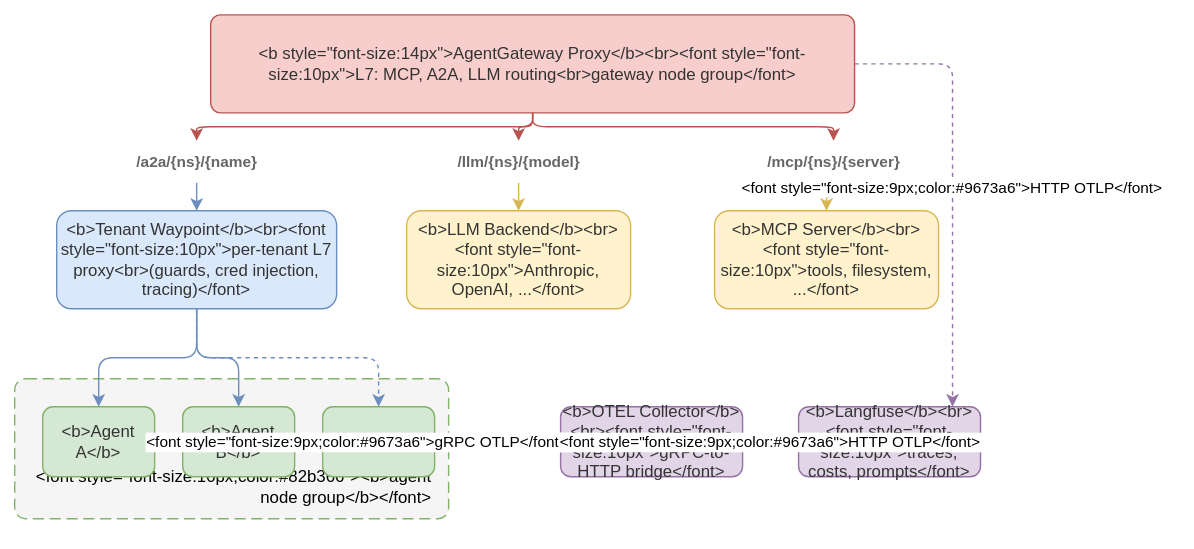
This is architecture.drawio.svg from syn-zhu/agentic-platform, a draw.io export, as it was before one commit. Source tidied: cells renumbered, new cells last; positions are measured from the earlier drawing's top-left corner, leaving out a move shared by most shapes. The source it was exported from:
```xml
<mxGraphModel>
  <root>
    <mxCell id="0" />
    <mxCell id="1" parent="0" />
    <mxCell id="2" value="&lt;b style=&quot;font-size:14px&quot;&gt;AgentGateway Proxy&lt;/b&gt;&lt;br&gt;&lt;font style=&quot;font-size:10px&quot;&gt;L7: MCP, A2A, LLM routing&lt;br&gt;gateway node group&lt;/font&gt;" style="rounded=1;whiteSpace=wrap;fillColor=#f8cecc;strokeColor=#b85450;fontColor=#333333;arcSize=10;" parent="1" vertex="1">
      <mxGeometry x="140" width="460" height="70" as="geometry" />
    </mxCell>
    <mxCell id="3" value="&lt;font style=&quot;font-size:11px&quot;&gt;&lt;b&gt;/a2a/{ns}/{name}&lt;/b&gt;&lt;/font&gt;" style="text;html=1;align=center;verticalAlign=middle;fillColor=none;strokeColor=none;fontColor=#666666;" parent="1" vertex="1">
      <mxGeometry x="50" y="90" width="160" height="30" as="geometry" />
    </mxCell>
    <mxCell id="4" value="&lt;font style=&quot;font-size:11px&quot;&gt;&lt;b&gt;/llm/{ns}/{model}&lt;/b&gt;&lt;/font&gt;" style="text;html=1;align=center;verticalAlign=middle;fillColor=none;strokeColor=none;fontColor=#666666;" parent="1" vertex="1">
      <mxGeometry x="280" y="90" width="160" height="30" as="geometry" />
    </mxCell>
    <mxCell id="5" value="&lt;font style=&quot;font-size:11px&quot;&gt;&lt;b&gt;/mcp/{ns}/{server}&lt;/b&gt;&lt;/font&gt;" style="text;html=1;align=center;verticalAlign=middle;fillColor=none;strokeColor=none;fontColor=#666666;" parent="1" vertex="1">
      <mxGeometry x="500" y="90" width="170" height="30" as="geometry" />
    </mxCell>
    <mxCell id="6" style="edgeStyle=orthogonalEdgeStyle;strokeColor=#b85450;" parent="1" edge="1" source="2" target="3">
      <mxGeometry relative="1" as="geometry" />
    </mxCell>
    <mxCell id="7" style="edgeStyle=orthogonalEdgeStyle;strokeColor=#b85450;" parent="1" edge="1" source="2" target="4">
      <mxGeometry relative="1" as="geometry" />
    </mxCell>
    <mxCell id="8" style="edgeStyle=orthogonalEdgeStyle;strokeColor=#b85450;" parent="1" edge="1" source="2" target="5">
      <mxGeometry relative="1" as="geometry" />
    </mxCell>
    <mxCell id="9" value="&lt;b&gt;Tenant Waypoint&lt;/b&gt;&lt;br&gt;&lt;font style=&quot;font-size:10px&quot;&gt;per-tenant L7 proxy&lt;br&gt;(guards, cred injection, tracing)&lt;/font&gt;" style="rounded=1;whiteSpace=wrap;fillColor=#dae8fc;strokeColor=#6c8ebf;fontColor=#333333;" parent="1" vertex="1">
      <mxGeometry x="30" y="140" width="200" height="70" as="geometry" />
    </mxCell>
    <mxCell id="10" value="&lt;b&gt;LLM Backend&lt;/b&gt;&lt;br&gt;&lt;font style=&quot;font-size:10px&quot;&gt;Anthropic, OpenAI, ...&lt;/font&gt;" style="rounded=1;whiteSpace=wrap;fillColor=#fff2cc;strokeColor=#d6b656;fontColor=#333333;" parent="1" vertex="1">
      <mxGeometry x="280" y="140" width="160" height="70" as="geometry" />
    </mxCell>
    <mxCell id="11" value="&lt;b&gt;MCP Server&lt;/b&gt;&lt;br&gt;&lt;font style=&quot;font-size:10px&quot;&gt;tools, filesystem, ...&lt;/font&gt;" style="rounded=1;whiteSpace=wrap;fillColor=#fff2cc;strokeColor=#d6b656;fontColor=#333333;" parent="1" vertex="1">
      <mxGeometry x="500" y="140" width="160" height="70" as="geometry" />
    </mxCell>
    <mxCell id="12" style="edgeStyle=orthogonalEdgeStyle;strokeColor=#6c8ebf;" parent="1" edge="1" source="3" target="9">
      <mxGeometry relative="1" as="geometry" />
    </mxCell>
    <mxCell id="13" style="edgeStyle=orthogonalEdgeStyle;strokeColor=#d6b656;" parent="1" edge="1" source="4" target="10">
      <mxGeometry relative="1" as="geometry" />
    </mxCell>
    <mxCell id="14" style="edgeStyle=orthogonalEdgeStyle;strokeColor=#d6b656;" parent="1" edge="1" source="5" target="11">
      <mxGeometry relative="1" as="geometry" />
    </mxCell>
    <mxCell id="15" value="&lt;font style=&quot;font-size:10px;color:#82b366&quot;&gt;&lt;b&gt;agent node group&lt;/b&gt;&lt;/font&gt;" style="rounded=1;whiteSpace=wrap;fillColor=#f5f5f5;strokeColor=#82b366;dashed=1;dashPattern=8 4;verticalAlign=bottom;align=right;spacingBottom=6;spacingRight=10;arcSize=8;" parent="1" vertex="1">
      <mxGeometry y="260" width="310" height="100" as="geometry" />
    </mxCell>
    <mxCell id="16" value="&lt;b&gt;Agent A&lt;/b&gt;" style="rounded=1;whiteSpace=wrap;fillColor=#d5e8d4;strokeColor=#82b366;fontColor=#333333;" parent="1" vertex="1">
      <mxGeometry x="20" y="280" width="80" height="50" as="geometry" />
    </mxCell>
    <mxCell id="17" value="&lt;b&gt;Agent B&lt;/b&gt;" style="rounded=1;whiteSpace=wrap;fillColor=#d5e8d4;strokeColor=#82b366;fontColor=#333333;" parent="1" vertex="1">
      <mxGeometry x="120" y="280" width="80" height="50" as="geometry" />
    </mxCell>
    <mxCell id="18" value="&lt;b&gt;Sandbox&lt;/b&gt;" style="rounded=1;whiteSpace=wrap;fillColor=#d5e8d4;strokeColor=#82b366;fontColor=#333333;" parent="1" vertex="1">
      <mxGeometry x="220" y="280" width="80" height="50" as="geometry" />
    </mxCell>
    <mxCell id="19" style="edgeStyle=orthogonalEdgeStyle;strokeColor=#6c8ebf;" parent="1" edge="1" source="9" target="16">
      <mxGeometry relative="1" as="geometry" />
    </mxCell>
    <mxCell id="20" style="edgeStyle=orthogonalEdgeStyle;strokeColor=#6c8ebf;" parent="1" edge="1" source="9" target="17">
      <mxGeometry relative="1" as="geometry" />
    </mxCell>
    <mxCell id="21" style="edgeStyle=orthogonalEdgeStyle;strokeColor=#6c8ebf;dashed=1;" parent="1" edge="1" source="9" target="18">
      <mxGeometry relative="1" as="geometry" />
    </mxCell>
    <mxCell id="22" value="&lt;b&gt;OTEL Collector&lt;/b&gt;&lt;br&gt;&lt;font style=&quot;font-size:10px&quot;&gt;gRPC-to-HTTP bridge&lt;/font&gt;" style="rounded=1;whiteSpace=wrap;fillColor=#e1d5e7;strokeColor=#9673a6;fontColor=#333333;" parent="1" vertex="1">
      <mxGeometry x="390" y="280" width="130" height="50" as="geometry" />
    </mxCell>
    <mxCell id="23" value="&lt;b&gt;Langfuse&lt;/b&gt;&lt;br&gt;&lt;font style=&quot;font-size:10px&quot;&gt;traces, costs, prompts&lt;/font&gt;" style="rounded=1;whiteSpace=wrap;fillColor=#e1d5e7;strokeColor=#9673a6;fontColor=#333333;" parent="1" vertex="1">
      <mxGeometry x="560" y="280" width="130" height="50" as="geometry" />
    </mxCell>
    <mxCell id="24" value="&lt;font style=&quot;font-size:9px;color:#9673a6&quot;&gt;gRPC OTLP&lt;/font&gt;" style="edgeStyle=orthogonalEdgeStyle;strokeColor=#9673a6;dashed=1;" parent="1" edge="1" source="16" target="22">
      <mxGeometry relative="1" as="geometry" />
    </mxCell>
    <mxCell id="25" value="&lt;font style=&quot;font-size:9px;color:#9673a6&quot;&gt;HTTP OTLP&lt;/font&gt;" style="edgeStyle=orthogonalEdgeStyle;strokeColor=#9673a6;dashed=1;" parent="1" edge="1" source="22" target="23">
      <mxGeometry relative="1" as="geometry" />
    </mxCell>
    <mxCell id="26" value="&lt;font style=&quot;font-size:9px;color:#9673a6&quot;&gt;HTTP OTLP&lt;/font&gt;" style="edgeStyle=orthogonalEdgeStyle;strokeColor=#9673a6;dashed=1;exitX=1;exitY=0.5;exitDx=0;exitDy=0;" parent="1" edge="1" source="2" target="23">
      <mxGeometry relative="1" as="geometry">
        <Array as="points">
          <mxPoint x="670" y="35" />
          <mxPoint x="670" y="305" />
        </Array>
      </mxGeometry>
    </mxCell>
  </root>
</mxGraphModel>
```
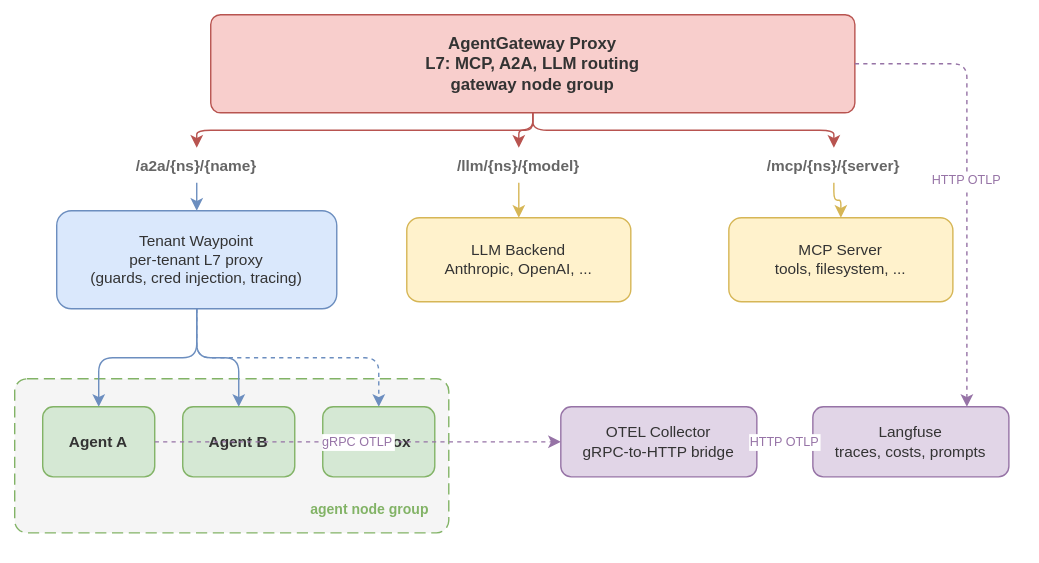
The same diagram one commit later.

The edit, as a diff of the source:
```diff
@@ -2,17 +2,17 @@
   <root>
     <mxCell id="0" />
     <mxCell id="1" parent="0" />
-    <mxCell id="2" value="&lt;b style=&quot;font-size:14px&quot;&gt;AgentGateway Proxy&lt;/b&gt;&lt;br&gt;&lt;font style=&quot;font-size:10px&quot;&gt;L7: MCP, A2A, LLM routing&lt;br&gt;gateway node group&lt;/font&gt;" style="rounded=1;whiteSpace=wrap;fillColor=#f8cecc;strokeColor=#b85450;fontColor=#333333;arcSize=10;" parent="1" vertex="1">
+    <mxCell id="2" value="AgentGateway Proxy&#10;L7: MCP, A2A, LLM routing&#10;gateway node group" style="rounded=1;whiteSpace=wrap;fillColor=#f8cecc;strokeColor=#b85450;fontColor=#333333;fontStyle=1;fontSize=12;arcSize=10;" parent="1" vertex="1">
       <mxGeometry x="140" width="460" height="70" as="geometry" />
     </mxCell>
-    <mxCell id="3" value="&lt;font style=&quot;font-size:11px&quot;&gt;&lt;b&gt;/a2a/{ns}/{name}&lt;/b&gt;&lt;/font&gt;" style="text;html=1;align=center;verticalAlign=middle;fillColor=none;strokeColor=none;fontColor=#666666;" parent="1" vertex="1">
-      <mxGeometry x="50" y="90" width="160" height="30" as="geometry" />
+    <mxCell id="3" value="/a2a/{ns}/{name}" style="text;align=center;verticalAlign=middle;fillColor=none;strokeColor=none;fontColor=#666666;fontStyle=1;fontSize=11;" parent="1" vertex="1">
+      <mxGeometry x="50" y="95" width="160" height="25" as="geometry" />
     </mxCell>
-    <mxCell id="4" value="&lt;font style=&quot;font-size:11px&quot;&gt;&lt;b&gt;/llm/{ns}/{model}&lt;/b&gt;&lt;/font&gt;" style="text;html=1;align=center;verticalAlign=middle;fillColor=none;strokeColor=none;fontColor=#666666;" parent="1" vertex="1">
-      <mxGeometry x="280" y="90" width="160" height="30" as="geometry" />
+    <mxCell id="4" value="/llm/{ns}/{model}" style="text;align=center;verticalAlign=middle;fillColor=none;strokeColor=none;fontColor=#666666;fontStyle=1;fontSize=11;" parent="1" vertex="1">
+      <mxGeometry x="280" y="95" width="160" height="25" as="geometry" />
     </mxCell>
-    <mxCell id="5" value="&lt;font style=&quot;font-size:11px&quot;&gt;&lt;b&gt;/mcp/{ns}/{server}&lt;/b&gt;&lt;/font&gt;" style="text;html=1;align=center;verticalAlign=middle;fillColor=none;strokeColor=none;fontColor=#666666;" parent="1" vertex="1">
-      <mxGeometry x="500" y="90" width="170" height="30" as="geometry" />
+    <mxCell id="5" value="/mcp/{ns}/{server}" style="text;align=center;verticalAlign=middle;fillColor=none;strokeColor=none;fontColor=#666666;fontStyle=1;fontSize=11;" parent="1" vertex="1">
+      <mxGeometry x="500" y="95" width="170" height="25" as="geometry" />
     </mxCell>
     <mxCell id="6" style="edgeStyle=orthogonalEdgeStyle;strokeColor=#b85450;" parent="1" edge="1" source="2" target="3">
       <mxGeometry relative="1" as="geometry" />
@@ -23,14 +23,14 @@
     <mxCell id="8" style="edgeStyle=orthogonalEdgeStyle;strokeColor=#b85450;" parent="1" edge="1" source="2" target="5">
       <mxGeometry relative="1" as="geometry" />
     </mxCell>
-    <mxCell id="9" value="&lt;b&gt;Tenant Waypoint&lt;/b&gt;&lt;br&gt;&lt;font style=&quot;font-size:10px&quot;&gt;per-tenant L7 proxy&lt;br&gt;(guards, cred injection, tracing)&lt;/font&gt;" style="rounded=1;whiteSpace=wrap;fillColor=#dae8fc;strokeColor=#6c8ebf;fontColor=#333333;" parent="1" vertex="1">
+    <mxCell id="9" value="Tenant Waypoint&#10;per-tenant L7 proxy&#10;(guards, cred injection, tracing)" style="rounded=1;whiteSpace=wrap;fillColor=#dae8fc;strokeColor=#6c8ebf;fontColor=#333333;fontSize=11;" parent="1" vertex="1">
       <mxGeometry x="30" y="140" width="200" height="70" as="geometry" />
     </mxCell>
-    <mxCell id="10" value="&lt;b&gt;LLM Backend&lt;/b&gt;&lt;br&gt;&lt;font style=&quot;font-size:10px&quot;&gt;Anthropic, OpenAI, ...&lt;/font&gt;" style="rounded=1;whiteSpace=wrap;fillColor=#fff2cc;strokeColor=#d6b656;fontColor=#333333;" parent="1" vertex="1">
-      <mxGeometry x="280" y="140" width="160" height="70" as="geometry" />
+    <mxCell id="10" value="LLM Backend&#10;Anthropic, OpenAI, ..." style="rounded=1;whiteSpace=wrap;fillColor=#fff2cc;strokeColor=#d6b656;fontColor=#333333;fontSize=11;" parent="1" vertex="1">
+      <mxGeometry x="280" y="145" width="160" height="60" as="geometry" />
     </mxCell>
-    <mxCell id="11" value="&lt;b&gt;MCP Server&lt;/b&gt;&lt;br&gt;&lt;font style=&quot;font-size:10px&quot;&gt;tools, filesystem, ...&lt;/font&gt;" style="rounded=1;whiteSpace=wrap;fillColor=#fff2cc;strokeColor=#d6b656;fontColor=#333333;" parent="1" vertex="1">
-      <mxGeometry x="500" y="140" width="160" height="70" as="geometry" />
+    <mxCell id="11" value="MCP Server&#10;tools, filesystem, ..." style="rounded=1;whiteSpace=wrap;fillColor=#fff2cc;strokeColor=#d6b656;fontColor=#333333;fontSize=11;" parent="1" vertex="1">
+      <mxGeometry x="510" y="145" width="160" height="60" as="geometry" />
     </mxCell>
     <mxCell id="12" style="edgeStyle=orthogonalEdgeStyle;strokeColor=#6c8ebf;" parent="1" edge="1" source="3" target="9">
       <mxGeometry relative="1" as="geometry" />
@@ -41,16 +41,16 @@
     <mxCell id="14" style="edgeStyle=orthogonalEdgeStyle;strokeColor=#d6b656;" parent="1" edge="1" source="5" target="11">
       <mxGeometry relative="1" as="geometry" />
     </mxCell>
-    <mxCell id="15" value="&lt;font style=&quot;font-size:10px;color:#82b366&quot;&gt;&lt;b&gt;agent node group&lt;/b&gt;&lt;/font&gt;" style="rounded=1;whiteSpace=wrap;fillColor=#f5f5f5;strokeColor=#82b366;dashed=1;dashPattern=8 4;verticalAlign=bottom;align=right;spacingBottom=6;spacingRight=10;arcSize=8;" parent="1" vertex="1">
-      <mxGeometry y="260" width="310" height="100" as="geometry" />
+    <mxCell id="15" value="agent node group" style="rounded=1;whiteSpace=wrap;fillColor=#f5f5f5;strokeColor=#82b366;dashed=1;dashPattern=8 4;verticalAlign=bottom;align=right;spacingBottom=8;spacingRight=12;arcSize=8;fontColor=#82b366;fontStyle=1;fontSize=10;" parent="1" vertex="1">
+      <mxGeometry y="260" width="310" height="110" as="geometry" />
     </mxCell>
-    <mxCell id="16" value="&lt;b&gt;Agent A&lt;/b&gt;" style="rounded=1;whiteSpace=wrap;fillColor=#d5e8d4;strokeColor=#82b366;fontColor=#333333;" parent="1" vertex="1">
+    <mxCell id="16" value="Agent A" style="rounded=1;whiteSpace=wrap;fillColor=#d5e8d4;strokeColor=#82b366;fontColor=#333333;fontStyle=1;fontSize=11;" parent="1" vertex="1">
       <mxGeometry x="20" y="280" width="80" height="50" as="geometry" />
     </mxCell>
-    <mxCell id="17" value="&lt;b&gt;Agent B&lt;/b&gt;" style="rounded=1;whiteSpace=wrap;fillColor=#d5e8d4;strokeColor=#82b366;fontColor=#333333;" parent="1" vertex="1">
+    <mxCell id="17" value="Agent B" style="rounded=1;whiteSpace=wrap;fillColor=#d5e8d4;strokeColor=#82b366;fontColor=#333333;fontStyle=1;fontSize=11;" parent="1" vertex="1">
       <mxGeometry x="120" y="280" width="80" height="50" as="geometry" />
     </mxCell>
-    <mxCell id="18" value="&lt;b&gt;Sandbox&lt;/b&gt;" style="rounded=1;whiteSpace=wrap;fillColor=#d5e8d4;strokeColor=#82b366;fontColor=#333333;" parent="1" vertex="1">
+    <mxCell id="18" value="Sandbox" style="rounded=1;whiteSpace=wrap;fillColor=#d5e8d4;strokeColor=#82b366;fontColor=#333333;fontStyle=1;fontSize=11;" parent="1" vertex="1">
       <mxGeometry x="220" y="280" width="80" height="50" as="geometry" />
     </mxCell>
     <mxCell id="19" style="edgeStyle=orthogonalEdgeStyle;strokeColor=#6c8ebf;" parent="1" edge="1" source="9" target="16">
@@ -62,23 +62,23 @@
     <mxCell id="21" style="edgeStyle=orthogonalEdgeStyle;strokeColor=#6c8ebf;dashed=1;" parent="1" edge="1" source="9" target="18">
       <mxGeometry relative="1" as="geometry" />
     </mxCell>
-    <mxCell id="22" value="&lt;b&gt;OTEL Collector&lt;/b&gt;&lt;br&gt;&lt;font style=&quot;font-size:10px&quot;&gt;gRPC-to-HTTP bridge&lt;/font&gt;" style="rounded=1;whiteSpace=wrap;fillColor=#e1d5e7;strokeColor=#9673a6;fontColor=#333333;" parent="1" vertex="1">
-      <mxGeometry x="390" y="280" width="130" height="50" as="geometry" />
+    <mxCell id="22" value="OTEL Collector&#10;gRPC-to-HTTP bridge" style="rounded=1;whiteSpace=wrap;fillColor=#e1d5e7;strokeColor=#9673a6;fontColor=#333333;fontSize=11;" parent="1" vertex="1">
+      <mxGeometry x="390" y="280" width="140" height="50" as="geometry" />
     </mxCell>
-    <mxCell id="23" value="&lt;b&gt;Langfuse&lt;/b&gt;&lt;br&gt;&lt;font style=&quot;font-size:10px&quot;&gt;traces, costs, prompts&lt;/font&gt;" style="rounded=1;whiteSpace=wrap;fillColor=#e1d5e7;strokeColor=#9673a6;fontColor=#333333;" parent="1" vertex="1">
-      <mxGeometry x="560" y="280" width="130" height="50" as="geometry" />
+    <mxCell id="23" value="Langfuse&#10;traces, costs, prompts" style="rounded=1;whiteSpace=wrap;fillColor=#e1d5e7;strokeColor=#9673a6;fontColor=#333333;fontSize=11;" parent="1" vertex="1">
+      <mxGeometry x="570" y="280" width="140" height="50" as="geometry" />
     </mxCell>
-    <mxCell id="24" value="&lt;font style=&quot;font-size:9px;color:#9673a6&quot;&gt;gRPC OTLP&lt;/font&gt;" style="edgeStyle=orthogonalEdgeStyle;strokeColor=#9673a6;dashed=1;" parent="1" edge="1" source="16" target="22">
+    <mxCell id="24" value="gRPC OTLP" style="edgeStyle=orthogonalEdgeStyle;strokeColor=#9673a6;dashed=1;fontSize=9;fontColor=#9673a6;" parent="1" edge="1" source="16" target="22">
       <mxGeometry relative="1" as="geometry" />
     </mxCell>
-    <mxCell id="25" value="&lt;font style=&quot;font-size:9px;color:#9673a6&quot;&gt;HTTP OTLP&lt;/font&gt;" style="edgeStyle=orthogonalEdgeStyle;strokeColor=#9673a6;dashed=1;" parent="1" edge="1" source="22" target="23">
+    <mxCell id="25" value="HTTP OTLP" style="edgeStyle=orthogonalEdgeStyle;strokeColor=#9673a6;dashed=1;fontSize=9;fontColor=#9673a6;" parent="1" edge="1" source="22" target="23">
       <mxGeometry relative="1" as="geometry" />
     </mxCell>
-    <mxCell id="26" value="&lt;font style=&quot;font-size:9px;color:#9673a6&quot;&gt;HTTP OTLP&lt;/font&gt;" style="edgeStyle=orthogonalEdgeStyle;strokeColor=#9673a6;dashed=1;exitX=1;exitY=0.5;exitDx=0;exitDy=0;" parent="1" edge="1" source="2" target="23">
+    <mxCell id="26" value="HTTP OTLP" style="edgeStyle=orthogonalEdgeStyle;strokeColor=#9673a6;dashed=1;exitX=1;exitY=0.5;exitDx=0;exitDy=0;fontSize=9;fontColor=#9673a6;" parent="1" edge="1" source="2" target="23">
       <mxGeometry relative="1" as="geometry">
         <Array as="points">
-          <mxPoint x="670" y="35" />
-          <mxPoint x="670" y="305" />
+          <mxPoint x="680" y="35" />
+          <mxPoint x="680" y="305" />
         </Array>
       </mxGeometry>
     </mxCell>
```
